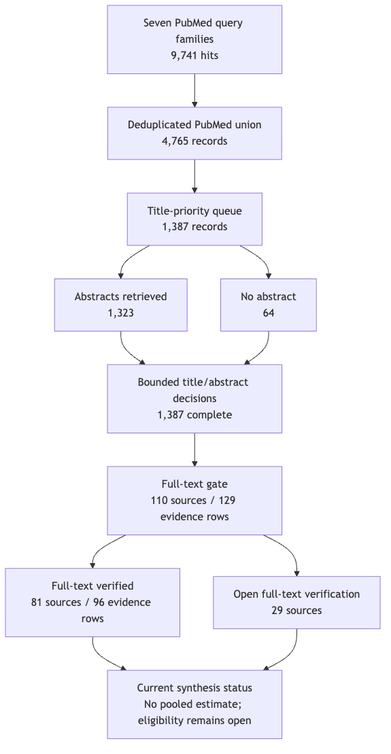
Above: manuscript/figures/figure-3-review-flow.png in dcmcshan/artemisia (Mermaid), before the change. Its source is kept beside it as manuscript/figures/figure-3-review-flow.mmd.
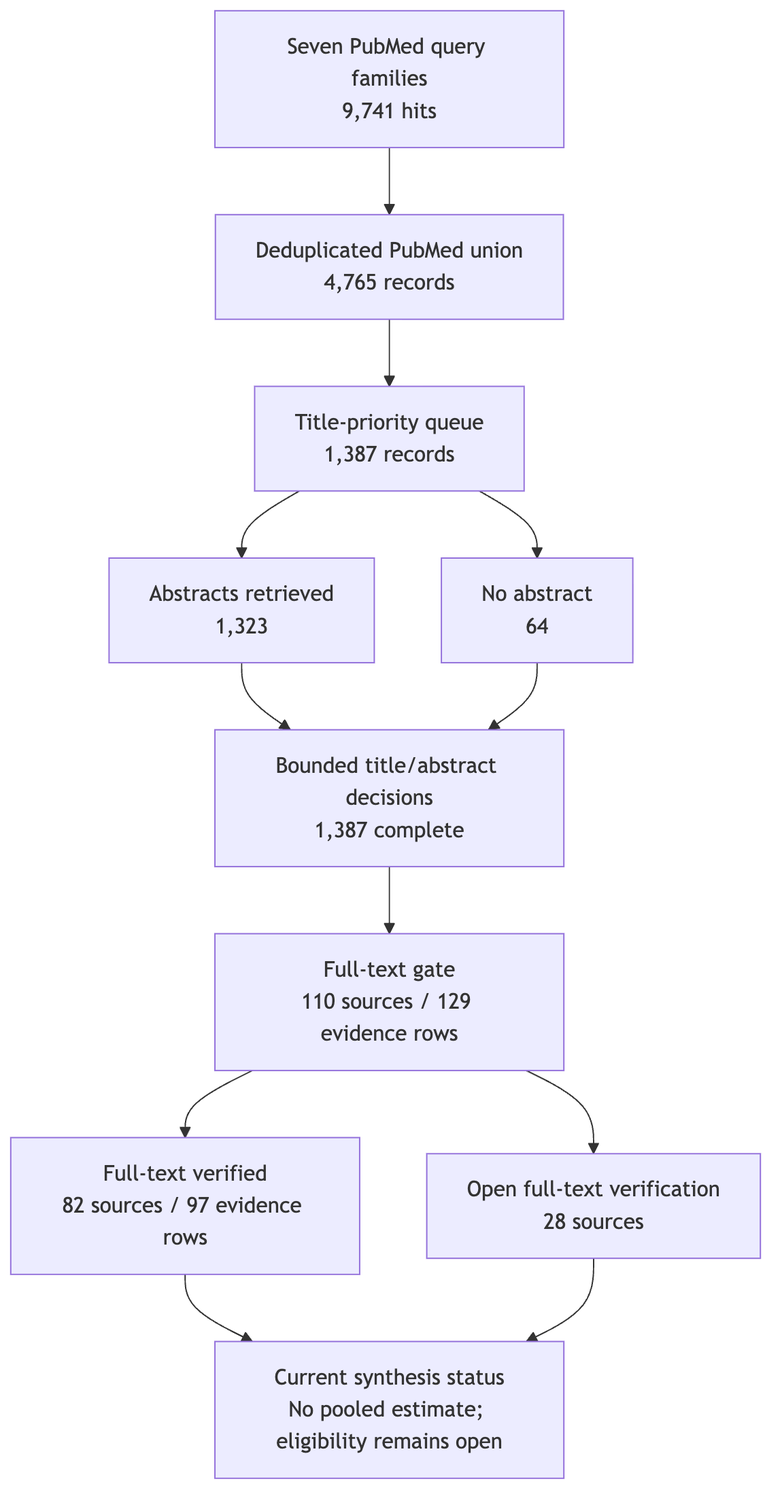
Later version of the same file.

Diff of the diagram source:
```diff
@@ -6,7 +6,7 @@
   D --> F["Bounded title/abstract decisions<br/>1,387 complete"]
   E --> F
   F --> G["Full-text gate<br/>110 sources / 129 evidence rows"]
-  G --> H["Full-text verified<br/>81 sources / 96 evidence rows"]
-  G --> I["Open full-text verification<br/>29 sources"]
+  G --> H["Full-text verified<br/>82 sources / 97 evidence rows"]
+  G --> I["Open full-text verification<br/>28 sources"]
   H --> J["Current synthesis status<br/>No pooled estimate; eligibility remains open"]
   I --> J
```
